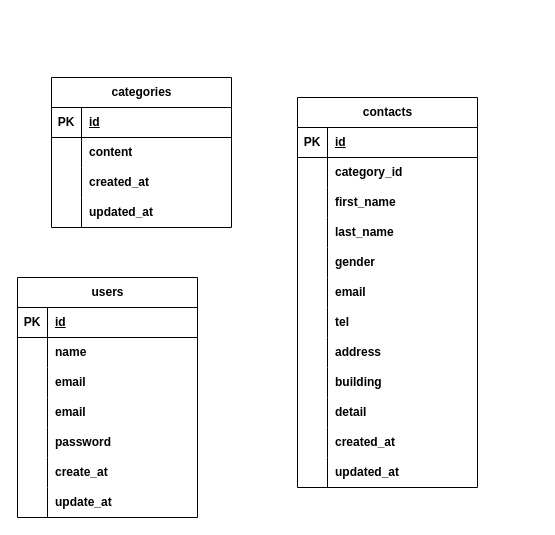
Above: index.drawio in yuki-nakagawa-1021/contact-form (draw.io), before the change. Source tidied: cells renumbered, new cells numbered last; positions are measured from the earlier drawing's top-left corner, leaving out a move shared by most shapes. Both pictures are drawn from the tidied source at 100%, with x=0, y=0 at pixel (17, 77).
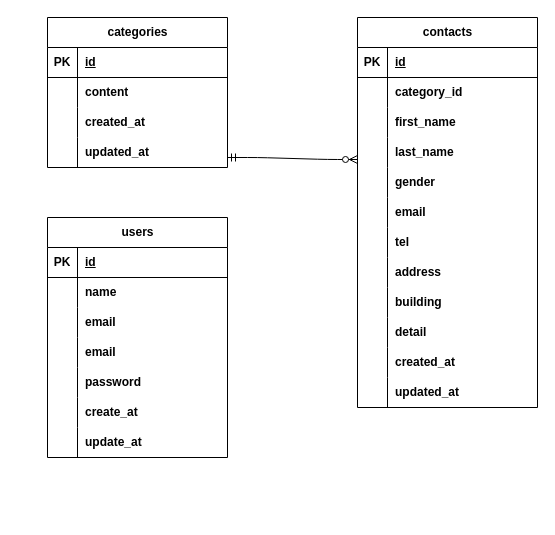
Above is the later version.

The change refers to these unchanged cells:
```xml
<mxCell id="47" style="shape=tableRow;horizontal=0;startSize=0;swimlaneHead=0;swimlaneBody=0;fillColor=none;points=[[0,0.5],[1,0.5]];portConstraint=eastwest;top=0;left=0;right=0;bottom=0;strokeColor=default;align=center;verticalAlign=middle;fontFamily=Helvetica;fontSize=12;fontColor=default;fontStyle=1;" parent="37" vertex="1">
  <mxGeometry y="120" width="180" height="30" as="geometry" />
</mxCell>
```

Change to the diagram source:
```diff
@@
     <mxCell id="2" value="users" style="shape=table;startSize=30;childLayout=tableLayout;rowLines=0;fontStyle=1;align=center;html=1;strokeColor=default;verticalAlign=middle;fontFamily=Helvetica;fontSize=12;fontColor=default;fillColor=default;" parent="1" vertex="1">
-      <mxGeometry y="200" width="180" height="240" as="geometry" />
+      <mxGeometry x="30" y="140" width="180" height="240" as="geometry" />
     </mxCell>
@@
     <mxCell id="24" value="categories" style="shape=table;startSize=30;childLayout=tableLayout;rowLines=0;fontStyle=1;align=center;html=1;strokeColor=default;verticalAlign=middle;fontFamily=Helvetica;fontSize=12;fontColor=default;fillColor=default;" parent="1" vertex="1">
-      <mxGeometry x="34" width="180" height="150" as="geometry" />
+      <mxGeometry x="30" y="-60" width="180" height="150" as="geometry" />
     </mxCell>
@@
     <mxCell id="37" value="contacts" style="shape=table;startSize=30;childLayout=tableLayout;rowLines=0;fontStyle=1;align=center;html=1;strokeColor=default;verticalAlign=middle;fontFamily=Helvetica;fontSize=12;fontColor=default;fillColor=default;" parent="1" vertex="1">
-      <mxGeometry x="280" y="20" width="180" height="390" as="geometry" />
+      <mxGeometry x="340" y="-60" width="180" height="390" as="geometry" />
     </mxCell>
@@
+    <mxCell id="74" style="edgeStyle=entityRelationEdgeStyle;fontSize=12;html=1;endArrow=ERzeroToMany;startArrow=ERmandOne;fontFamily=Helvetica;fontColor=default;fontStyle=1;entryX=0;entryY=0.733;entryDx=0;entryDy=0;entryPerimeter=0;" parent="1" edge="1" target="47">
+      <mxGeometry relative="1" as="geometry">
+        <mxPoint x="210" y="80" as="sourcePoint" />
+      </mxGeometry>
+    </mxCell>
```
